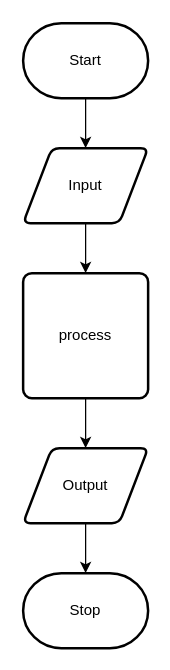
The draw.io diagram design/flow-chart.drawio in ashley-monaghan/ICS2OR-Assignment-5, before the edit. Source tidied: cells renumbered, new cells numbered last; positions are measured from the earlier drawing's top-left corner, leaving out a move shared by most shapes. Both pictures are drawn from the tidied source at 125%, with x=0, y=0 at pixel (22, 22).
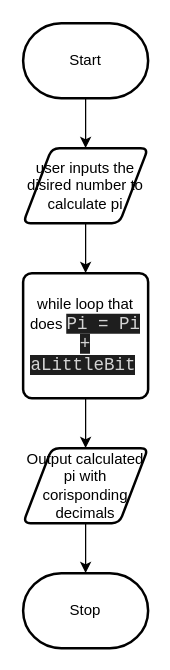
Above is the later version.

Diff of the diagram source:
```diff
@@
 <mxGraphModel>
   <root>
     <mxCell id="0" />
     <mxCell id="1" parent="0" />
     <mxCell id="2" style="edgeStyle=none;html=1;" parent="1" edge="1" source="3" target="5">
       <mxGeometry relative="1" as="geometry" />
     </mxCell>
     <mxCell id="3" value="Start" style="strokeWidth=2;html=1;shape=mxgraph.flowchart.terminator;whiteSpace=wrap;" parent="1" vertex="1">
       <mxGeometry width="100" height="60" as="geometry" />
     </mxCell>
     <mxCell id="4" style="edgeStyle=none;html=1;" parent="1" edge="1" source="5" target="7">
       <mxGeometry relative="1" as="geometry" />
     </mxCell>
-    <mxCell id="5" value="Input" style="shape=parallelogram;html=1;strokeWidth=2;perimeter=parallelogramPerimeter;whiteSpace=wrap;rounded=1;arcSize=12;size=0.23;" parent="1" vertex="1">
+    <mxCell id="5" value="user inputs the disired number to calculate pi" style="shape=parallelogram;html=1;strokeWidth=2;perimeter=parallelogramPerimeter;whiteSpace=wrap;rounded=1;arcSize=12;size=0.23;" parent="1" vertex="1">
       <mxGeometry y="100" width="100" height="60" as="geometry" />
     </mxCell>
     <mxCell id="6" style="edgeStyle=none;html=1;" parent="1" edge="1" source="7" target="9">
       <mxGeometry relative="1" as="geometry" />
     </mxCell>
-    <mxCell id="7" value="process" style="rounded=1;whiteSpace=wrap;html=1;absoluteArcSize=1;arcSize=14;strokeWidth=2;" parent="1" vertex="1">
+    <mxCell id="7" value="while loop that does&amp;nbsp;&lt;span style=&quot;background-color: rgb(30 , 30 , 30) ; color: rgb(212 , 212 , 212) ; font-family: &amp;#34;consolas&amp;#34; , &amp;#34;courier new&amp;#34; , monospace ; font-size: 14px&quot;&gt;Pi = Pi + aLittleBit&lt;/span&gt;&lt;span&gt;&amp;nbsp;&lt;/span&gt;" style="rounded=1;whiteSpace=wrap;html=1;absoluteArcSize=1;arcSize=14;strokeWidth=2;" parent="1" vertex="1">
       <mxGeometry y="200" width="100" height="100" as="geometry" />
     </mxCell>
     <mxCell id="8" style="edgeStyle=none;html=1;" parent="1" edge="1" source="9" target="10">
       <mxGeometry relative="1" as="geometry" />
     </mxCell>
-    <mxCell id="9" value="Output" style="shape=parallelogram;html=1;strokeWidth=2;perimeter=parallelogramPerimeter;whiteSpace=wrap;rounded=1;arcSize=12;size=0.23;" parent="1" vertex="1">
+    <mxCell id="9" value="Output calculated pi with corisponding decimals" style="shape=parallelogram;html=1;strokeWidth=2;perimeter=parallelogramPerimeter;whiteSpace=wrap;rounded=1;arcSize=12;size=0.23;" parent="1" vertex="1">
       <mxGeometry y="340" width="100" height="60" as="geometry" />
     </mxCell>
     <mxCell id="10" value="Stop" style="strokeWidth=2;html=1;shape=mxgraph.flowchart.terminator;whiteSpace=wrap;" parent="1" vertex="1">
       <mxGeometry y="440" width="100" height="60" as="geometry" />
     </mxCell>
   </root>
 </mxGraphModel>
```
